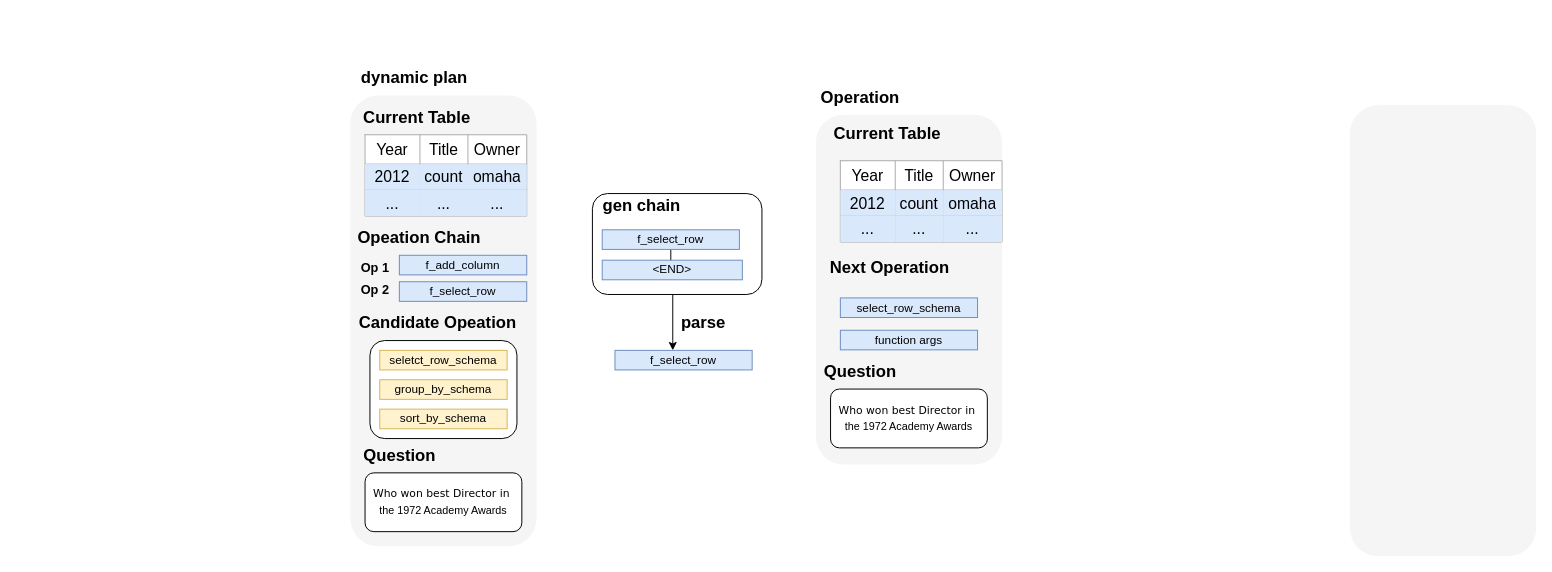
This is chain_of_table.drawio from caojun1997/darwin.v, a draw.io file, before an edit. Source tidied: cells renumbered, new cells numbered last; positions are measured from the earlier drawing's top-left corner, leaving out a move shared by most shapes. Both pictures are drawn from the tidied source at 98%, with x=0, y=0 at pixel (350, 56).
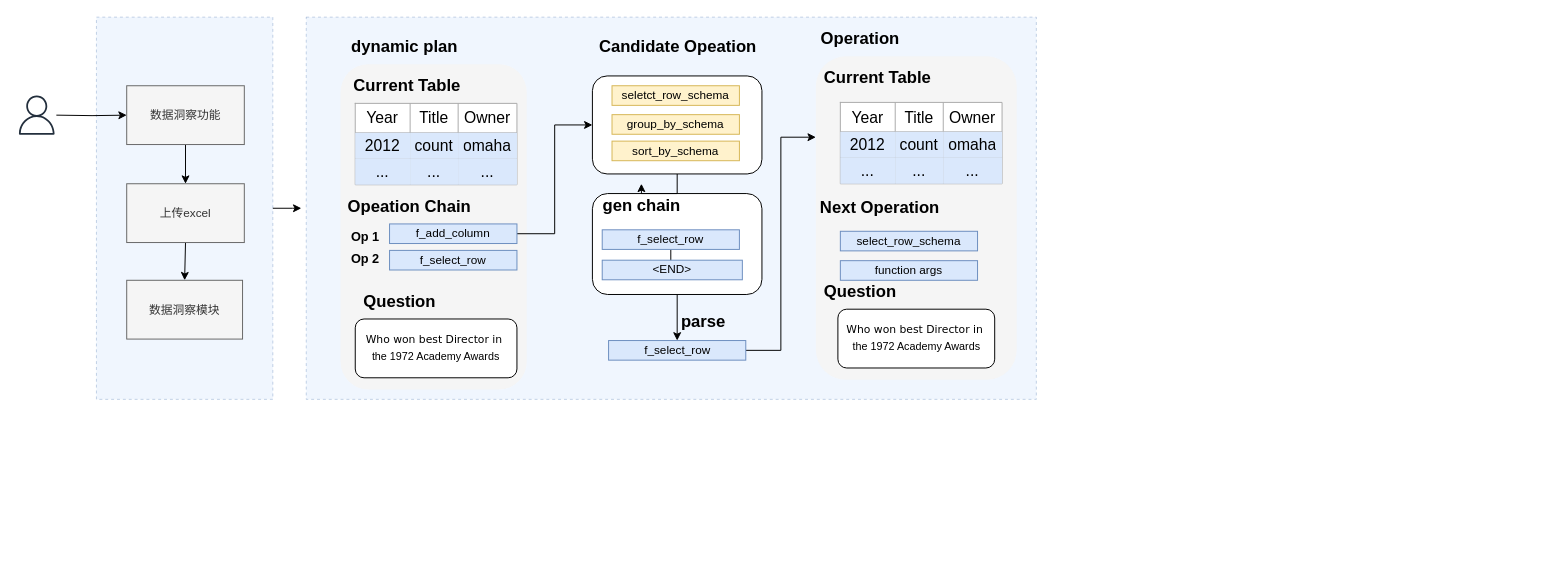
Above is the later version.

Unchanged cells that the change refers to:
```xml
<mxCell id="5" style="rounded=1;whiteSpace=wrap;html=1;" parent="1" vertex="1">
  <mxGeometry x="247" y="140" width="173" height="103" as="geometry" />
</mxCell>
<mxCell id="37" value="&lt;span style=&quot;font-size: 17px;&quot;&gt;gen chain&lt;/span&gt;" style="text;strokeColor=none;fillColor=none;html=1;fontSize=24;fontStyle=1;verticalAlign=middle;align=center;" parent="1" vertex="1">
  <mxGeometry x="247" y="130" width="100" height="40" as="geometry" />
</mxCell>
```

Change to the diagram source:
```diff
@@
+    <mxCell id="60" style="rounded=0;whiteSpace=wrap;html=1;strokeColor=#6c8ebf;fillColor=#dae8fc;dashed=1;strokeWidth=1;opacity=40;" parent="1" vertex="1">
+      <mxGeometry x="-259.1" y="-40" width="180" height="390" as="geometry" />
+    </mxCell>
+    <mxCell id="61" style="rounded=0;whiteSpace=wrap;html=1;strokeColor=#6c8ebf;fillColor=#dae8fc;dashed=1;strokeWidth=1;opacity=40;" parent="1" vertex="1">
+      <mxGeometry x="-45" y="-40" width="745" height="390" as="geometry" />
+    </mxCell>
     <mxCell id="2" style="rounded=1;whiteSpace=wrap;html=1;fillColor=#f5f5f5;strokeColor=none;fontColor=#333333;" parent="1" vertex="1">
-      <mxGeometry x="475" y="59.5" width="190" height="357" as="geometry" />
+      <mxGeometry x="475" width="205" height="330" as="geometry" />
     </mxCell>
-    <mxCell id="3" style="rounded=1;whiteSpace=wrap;html=1;fillColor=#f5f5f5;strokeColor=none;fontColor=#333333;" parent="1" vertex="1">
-      <mxGeometry x="1020" y="50" width="190" height="460" as="geometry" />
-    </mxCell>
     <mxCell id="4" style="edgeStyle=orthogonalEdgeStyle;rounded=0;jettySize=auto;html=1;" parent="1" edge="1" source="5" target="38">
-      <mxGeometry relative="1" as="geometry">
-        <Array as="points">
-          <mxPoint x="329" y="290" />
-          <mxPoint x="329" y="290" />
-        </Array>
-      </mxGeometry>
+      <mxGeometry relative="1" as="geometry" />
     </mxCell>
@@
     <mxCell id="6" style="rounded=1;whiteSpace=wrap;html=1;fillColor=#f5f5f5;strokeColor=none;fontColor=#333333;" parent="1" vertex="1">
-      <mxGeometry y="40" width="190" height="460" as="geometry" />
+      <mxGeometry x="-10" y="8" width="190" height="332" as="geometry" />
     </mxCell>
     <mxCell id="7" style="shape=table;startSize=0;childLayout=tableLayout;fontSize=16;fillColor=default;swimlaneLine=1;strokeColor=#ABABAB;" parent="1" vertex="1">
-      <mxGeometry x="15" y="80" width="165" height="83" as="geometry" />
+      <mxGeometry x="5" y="48" width="165" height="83" as="geometry" />
     </mxCell>
@@
     <mxCell id="20" value="&lt;font style=&quot;font-size: 17px;&quot;&gt;Current Table&amp;nbsp;&lt;/font&gt;" style="text;strokeColor=none;fillColor=none;html=1;fontSize=24;fontStyle=1;verticalAlign=middle;align=center;" parent="1" vertex="1">
-      <mxGeometry x="20" y="40" width="100" height="40" as="geometry" />
+      <mxGeometry x="10" y="8" width="100" height="40" as="geometry" />
     </mxCell>
     <mxCell id="21" value="&lt;span style=&quot;font-size: 17px;&quot;&gt;Opeation Chain&lt;/span&gt;" style="text;strokeColor=none;fillColor=none;html=1;fontSize=24;fontStyle=1;verticalAlign=middle;align=center;" parent="1" vertex="1">
-      <mxGeometry x="20" y="163" width="100" height="40" as="geometry" />
+      <mxGeometry x="10" y="131" width="100" height="40" as="geometry" />
     </mxCell>
+    <mxCell id="62" style="edgeStyle=orthogonalEdgeStyle;rounded=0;jettySize=auto;html=1;entryX=0;entryY=0.5;entryDx=0;entryDy=0;" parent="1" edge="1" source="22" target="29">
+      <mxGeometry relative="1" as="geometry" />
+    </mxCell>
     <mxCell id="22" value="f_add_column" style="rounded=0;whiteSpace=wrap;html=1;fillColor=#dae8fc;strokeColor=#6c8ebf;" parent="1" vertex="1">
-      <mxGeometry x="50" y="203" width="130" height="20" as="geometry" />
+      <mxGeometry x="40" y="171" width="130" height="20" as="geometry" />
     </mxCell>
     <mxCell id="23" value="f_select_row" style="rounded=0;whiteSpace=wrap;html=1;fillColor=#dae8fc;strokeColor=#6c8ebf;" parent="1" vertex="1">
-      <mxGeometry x="50" y="230" width="130" height="20" as="geometry" />
+      <mxGeometry x="40" y="198" width="130" height="20" as="geometry" />
     </mxCell>
     <mxCell id="24" value="&lt;font style=&quot;font-size: 13px;&quot;&gt;Op 1&lt;/font&gt;" style="text;strokeColor=none;fillColor=none;html=1;fontSize=24;fontStyle=1;verticalAlign=middle;align=center;" parent="1" vertex="1">
-      <mxGeometry y="198" width="50" height="30" as="geometry" />
+      <mxGeometry x="-10" y="166" width="50" height="30" as="geometry" />
     </mxCell>
     <mxCell id="25" value="&lt;font style=&quot;font-size: 13px;&quot;&gt;Op 2&lt;/font&gt;" style="text;strokeColor=none;fillColor=none;html=1;fontSize=24;fontStyle=1;verticalAlign=middle;align=center;" parent="1" vertex="1">
-      <mxGeometry y="220" width="50" height="30" as="geometry" />
+      <mxGeometry x="-10" y="188" width="50" height="30" as="geometry" />
     </mxCell>
     <mxCell id="26" value="&lt;span style=&quot;font-size: 17px;&quot;&gt;Question&lt;/span&gt;" style="text;strokeColor=none;fillColor=none;html=1;fontSize=24;fontStyle=1;verticalAlign=middle;align=center;" parent="1" vertex="1">
-      <mxGeometry y="385" width="100" height="40" as="geometry" />
+      <mxGeometry y="228" width="100" height="40" as="geometry" />
     </mxCell>
     <mxCell id="27" value="&lt;p style=&quot;line-height: 80%;&quot;&gt;&lt;/p&gt;&lt;div style=&quot;line-height: 40%; font-size: 11px;&quot;&gt;&lt;pre style=&quot;line-height: 40%;&quot;&gt;&lt;font style=&quot;font-size: 11px;&quot; face=&quot;Verdana&quot;&gt;Who won best Director in &lt;/font&gt;&lt;/pre&gt;&lt;pre style=&quot;line-height: 40%;&quot;&gt;&lt;font style=&quot;font-size: 11px;&quot; face=&quot;ynwQLnobWuk-l8IQKLAV&quot;&gt;the 1972 Academy Awards&lt;/font&gt;&lt;/pre&gt;&lt;/div&gt;&lt;p&gt;&lt;/p&gt;" style="rounded=1;whiteSpace=wrap;html=1;align=center;" parent="1" vertex="1">
-      <mxGeometry x="15" y="425" width="160" height="60" as="geometry" />
+      <mxGeometry x="5" y="268" width="165" height="60" as="geometry" />
     </mxCell>
     <mxCell id="28" value="&lt;span style=&quot;font-size: 17px;&quot;&gt;&lt;span style=&quot;white-space: pre;&quot;&gt;&#9;&lt;/span&gt;Candidate Opeation&lt;/span&gt;" style="text;strokeColor=none;fillColor=none;html=1;fontSize=24;fontStyle=1;verticalAlign=middle;align=center;" parent="1" vertex="1">
-      <mxGeometry x="20" y="250" width="100" height="40" as="geometry" />
+      <mxGeometry x="263.5" y="-32" width="103" height="40" as="geometry" />
     </mxCell>
+    <mxCell id="63" style="edgeStyle=orthogonalEdgeStyle;rounded=0;jettySize=auto;html=1;exitX=0.5;exitY=1;exitDx=0;exitDy=0;" parent="1" edge="1" source="29" target="37">
+      <mxGeometry relative="1" as="geometry" />
+    </mxCell>
     <mxCell id="29" style="rounded=1;whiteSpace=wrap;html=1;" parent="1" vertex="1">
-      <mxGeometry x="20" y="290" width="150" height="100" as="geometry" />
+      <mxGeometry x="247" y="20" width="173" height="100" as="geometry" />
     </mxCell>
     <mxCell id="30" value="seletct_row_schema" style="rounded=0;whiteSpace=wrap;html=1;fillColor=#fff2cc;strokeColor=#d6b656;" parent="1" vertex="1">
-      <mxGeometry x="30" y="300" width="130" height="20" as="geometry" />
+      <mxGeometry x="267" y="30" width="130" height="20" as="geometry" />
     </mxCell>
     <mxCell id="31" value="group_by_schema" style="rounded=0;whiteSpace=wrap;html=1;fillColor=#fff2cc;strokeColor=#d6b656;" parent="1" vertex="1">
-      <mxGeometry x="30" y="330" width="130" height="20" as="geometry" />
+      <mxGeometry x="267" y="59.5" width="130" height="20" as="geometry" />
     </mxCell>
     <mxCell id="32" value="sort_by_schema" style="rounded=0;whiteSpace=wrap;html=1;fillColor=#fff2cc;strokeColor=#d6b656;" parent="1" vertex="1">
-      <mxGeometry x="30" y="360" width="130" height="20" as="geometry" />
+      <mxGeometry x="267" y="86.5" width="130" height="20" as="geometry" />
     </mxCell>
     <mxCell id="33" value="&lt;span style=&quot;font-size: 17px;&quot;&gt;dynamic plan&lt;/span&gt;" style="text;strokeColor=none;fillColor=none;html=1;fontSize=24;fontStyle=1;verticalAlign=middle;align=center;" parent="1" vertex="1">
-      <mxGeometry x="15" width="100" height="40" as="geometry" />
+      <mxGeometry x="5" y="-32" width="100" height="40" as="geometry" />
     </mxCell>
@@
+    <mxCell id="39" value="&lt;span style=&quot;font-size: 17px;&quot;&gt;parse&lt;/span&gt;" style="text;strokeColor=none;fillColor=none;html=1;fontSize=24;fontStyle=1;verticalAlign=middle;align=center;" parent="1" vertex="1">
+      <mxGeometry x="310" y="248.5" width="100" height="40" as="geometry" />
+    </mxCell>
@@
+    <mxCell id="64" style="edgeStyle=orthogonalEdgeStyle;rounded=0;jettySize=auto;html=1;entryX=0;entryY=0.25;entryDx=0;entryDy=0;" parent="1" edge="1" source="38" target="2">
+      <mxGeometry relative="1" as="geometry" />
+    </mxCell>
     <mxCell id="38" value="f_select_row" style="rounded=0;whiteSpace=wrap;html=1;fillColor=#dae8fc;strokeColor=#6c8ebf;" parent="1" vertex="1">
-      <mxGeometry x="270" y="300" width="140" height="20" as="geometry" />
+      <mxGeometry x="263.5" y="290" width="140" height="20" as="geometry" />
     </mxCell>
-    <mxCell id="39" value="&lt;span style=&quot;font-size: 17px;&quot;&gt;parse&lt;/span&gt;" style="text;strokeColor=none;fillColor=none;html=1;fontSize=24;fontStyle=1;verticalAlign=middle;align=center;" parent="1" vertex="1">
-      <mxGeometry x="310" y="250" width="100" height="40" as="geometry" />
-    </mxCell>
     <mxCell id="40" style="shape=table;startSize=0;childLayout=tableLayout;fontSize=16;fillColor=default;swimlaneLine=1;strokeColor=#ABABAB;" parent="1" vertex="1">
-      <mxGeometry x="500" y="106.5" width="165" height="83" as="geometry" />
+      <mxGeometry x="500" y="47" width="165" height="83" as="geometry" />
     </mxCell>
@@
     <mxCell id="53" value="&lt;font style=&quot;font-size: 17px;&quot;&gt;Current Table&amp;nbsp;&lt;/font&gt;" style="text;strokeColor=none;fillColor=none;html=1;fontSize=24;fontStyle=1;verticalAlign=middle;align=center;" parent="1" vertex="1">
-      <mxGeometry x="500" y="56.5" width="100" height="40" as="geometry" />
+      <mxGeometry x="490" width="100" height="40" as="geometry" />
     </mxCell>
     <mxCell id="54" value="&lt;span style=&quot;font-size: 17px;&quot;&gt;Next Operation&lt;/span&gt;" style="text;strokeColor=none;fillColor=none;html=1;fontSize=24;fontStyle=1;verticalAlign=middle;align=center;" parent="1" vertex="1">
-      <mxGeometry x="500" y="193.5" width="100" height="40" as="geometry" />
+      <mxGeometry x="490" y="131.5" width="100" height="40" as="geometry" />
     </mxCell>
     <mxCell id="55" value="select_row_schema" style="rounded=0;whiteSpace=wrap;html=1;fillColor=#dae8fc;strokeColor=#6c8ebf;" parent="1" vertex="1">
-      <mxGeometry x="500" y="246.5" width="140" height="20" as="geometry" />
+      <mxGeometry x="500" y="178.5" width="140" height="20" as="geometry" />
     </mxCell>
     <mxCell id="56" value="function args" style="rounded=0;whiteSpace=wrap;html=1;fillColor=#dae8fc;strokeColor=#6c8ebf;" parent="1" vertex="1">
-      <mxGeometry x="500" y="279.5" width="140" height="20" as="geometry" />
+      <mxGeometry x="500" y="208.5" width="140" height="20" as="geometry" />
     </mxCell>
     <mxCell id="57" value="&lt;span style=&quot;font-size: 17px;&quot;&gt;Question&lt;/span&gt;" style="text;strokeColor=none;fillColor=none;html=1;fontSize=24;fontStyle=1;verticalAlign=middle;align=center;" parent="1" vertex="1">
-      <mxGeometry x="470" y="299.5" width="100" height="40" as="geometry" />
+      <mxGeometry x="470" y="218" width="100" height="40" as="geometry" />
     </mxCell>
     <mxCell id="58" value="&lt;p style=&quot;line-height: 80%;&quot;&gt;&lt;/p&gt;&lt;div style=&quot;line-height: 40%; font-size: 11px;&quot;&gt;&lt;pre style=&quot;line-height: 40%;&quot;&gt;&lt;font style=&quot;font-size: 11px;&quot; face=&quot;Verdana&quot;&gt;Who won best Director in &lt;/font&gt;&lt;/pre&gt;&lt;pre style=&quot;line-height: 40%;&quot;&gt;&lt;font style=&quot;font-size: 11px;&quot; face=&quot;ynwQLnobWuk-l8IQKLAV&quot;&gt;the 1972 Academy Awards&lt;/font&gt;&lt;/pre&gt;&lt;/div&gt;&lt;p&gt;&lt;/p&gt;" style="rounded=1;whiteSpace=wrap;html=1;align=center;" parent="1" vertex="1">
-      <mxGeometry x="490" y="339.5" width="160" height="60" as="geometry" />
+      <mxGeometry x="497.5" y="258" width="160" height="60" as="geometry" />
     </mxCell>
     <mxCell id="59" value="&lt;span style=&quot;font-size: 17px;&quot;&gt;Operation&lt;/span&gt;" style="text;strokeColor=none;fillColor=none;html=1;fontSize=24;fontStyle=1;verticalAlign=middle;align=center;" parent="1" vertex="1">
-      <mxGeometry x="470" y="19.5" width="100" height="40" as="geometry" />
+      <mxGeometry x="470" y="-40" width="100" height="40" as="geometry" />
     </mxCell>
+    <mxCell id="65" style="edgeStyle=orthogonalEdgeStyle;rounded=0;jettySize=auto;html=1;exitX=0.5;exitY=1;exitDx=0;exitDy=0;entryX=0.5;entryY=0;entryDx=0;entryDy=0;" parent="1" edge="1" source="66" target="70">
+      <mxGeometry relative="1" as="geometry" />
+    </mxCell>
+    <mxCell id="66" value="数据洞察功能" style="rounded=0;whiteSpace=wrap;html=1;fillColor=#f5f5f5;fontColor=#333333;strokeColor=#666666;" parent="1" vertex="1">
+      <mxGeometry x="-228.2" y="30" width="120" height="60" as="geometry" />
+    </mxCell>
+    <mxCell id="67" style="edgeStyle=orthogonalEdgeStyle;rounded=0;jettySize=auto;html=1;entryX=0;entryY=0.5;entryDx=0;entryDy=0;" parent="1" edge="1" target="66">
+      <mxGeometry relative="1" as="geometry">
+        <mxPoint x="-300" y="60" as="sourcePoint" />
+      </mxGeometry>
+    </mxCell>
+    <mxCell id="68" style="sketch=0;fontColor=#232F3E;gradientColor=none;fillColor=#232F3D;strokeColor=none;dashed=0;verticalLabelPosition=bottom;verticalAlign=top;align=center;html=1;fontSize=12;fontStyle=0;shape=mxgraph.aws4.user;" parent="1" vertex="1">
+      <mxGeometry x="-340" y="40" width="40" height="40" as="geometry" />
+    </mxCell>
+    <mxCell id="69" style="edgeStyle=orthogonalEdgeStyle;rounded=0;jettySize=auto;html=1;exitX=0.5;exitY=1;exitDx=0;exitDy=0;entryX=0.5;entryY=0;entryDx=0;entryDy=0;" parent="1" edge="1" source="70" target="71">
+      <mxGeometry relative="1" as="geometry" />
+    </mxCell>
+    <mxCell id="70" value="上传excel" style="rounded=0;whiteSpace=wrap;html=1;fillColor=#f5f5f5;fontColor=#333333;strokeColor=#666666;" parent="1" vertex="1">
+      <mxGeometry x="-228.2" y="130" width="120" height="60" as="geometry" />
+    </mxCell>
+    <mxCell id="71" value="数据洞察模块" style="rounded=0;whiteSpace=wrap;html=1;fillColor=#f5f5f5;fontColor=#333333;strokeColor=#666666;" parent="1" vertex="1">
+      <mxGeometry x="-228.2" y="228.5" width="118.2" height="60" as="geometry" />
+    </mxCell>
+    <mxCell id="72" style="edgeStyle=orthogonalEdgeStyle;rounded=0;jettySize=auto;html=1;" parent="1" edge="1" source="60">
+      <mxGeometry relative="1" as="geometry">
+        <mxPoint x="-50" y="155" as="targetPoint" />
+      </mxGeometry>
+    </mxCell>
```
